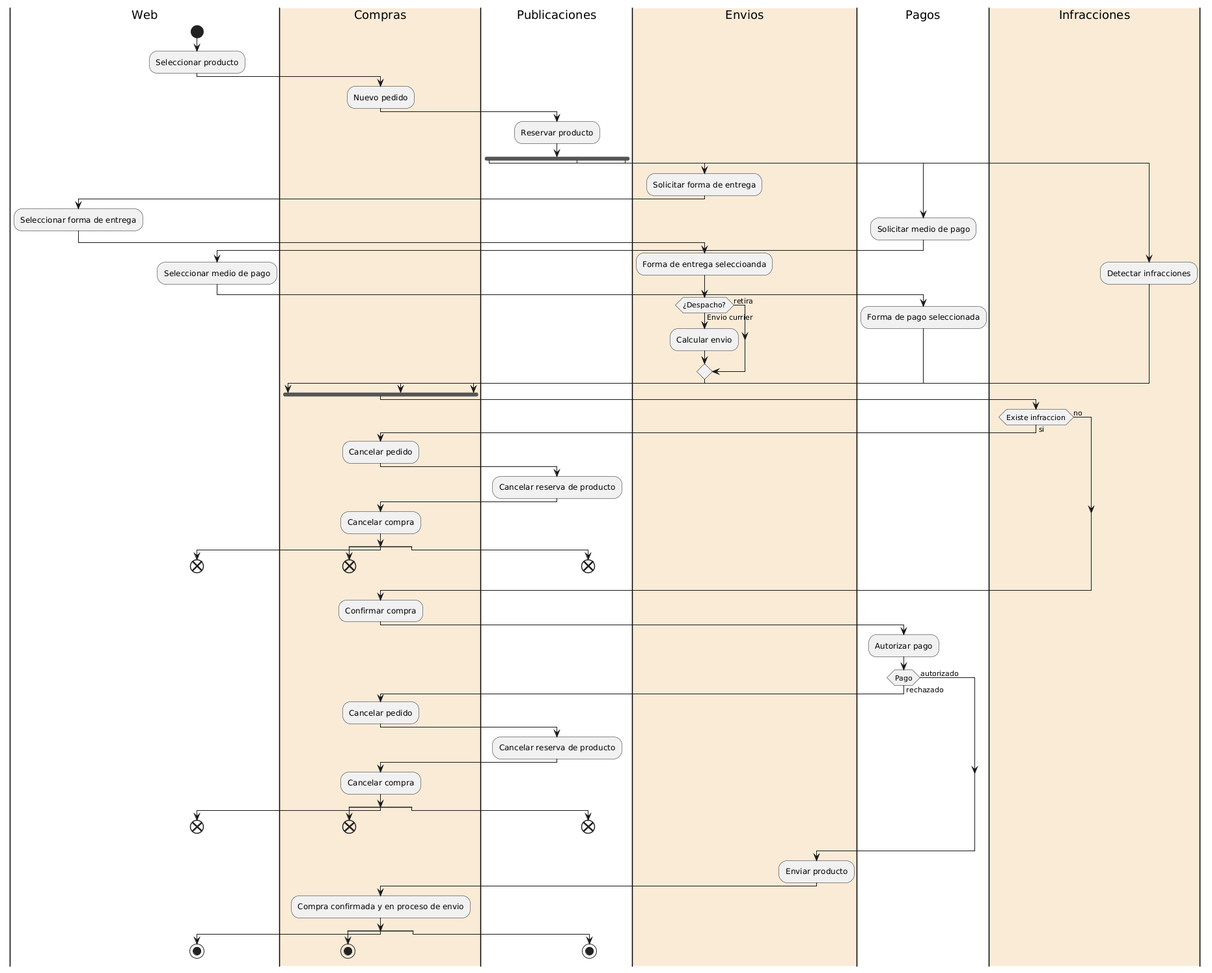
Earlier version of the PlantUML export diagramas_de_actividades/workflow-livre-markket-servicios-paralelos-independientes.png (Ramiro1414/livre-markket).
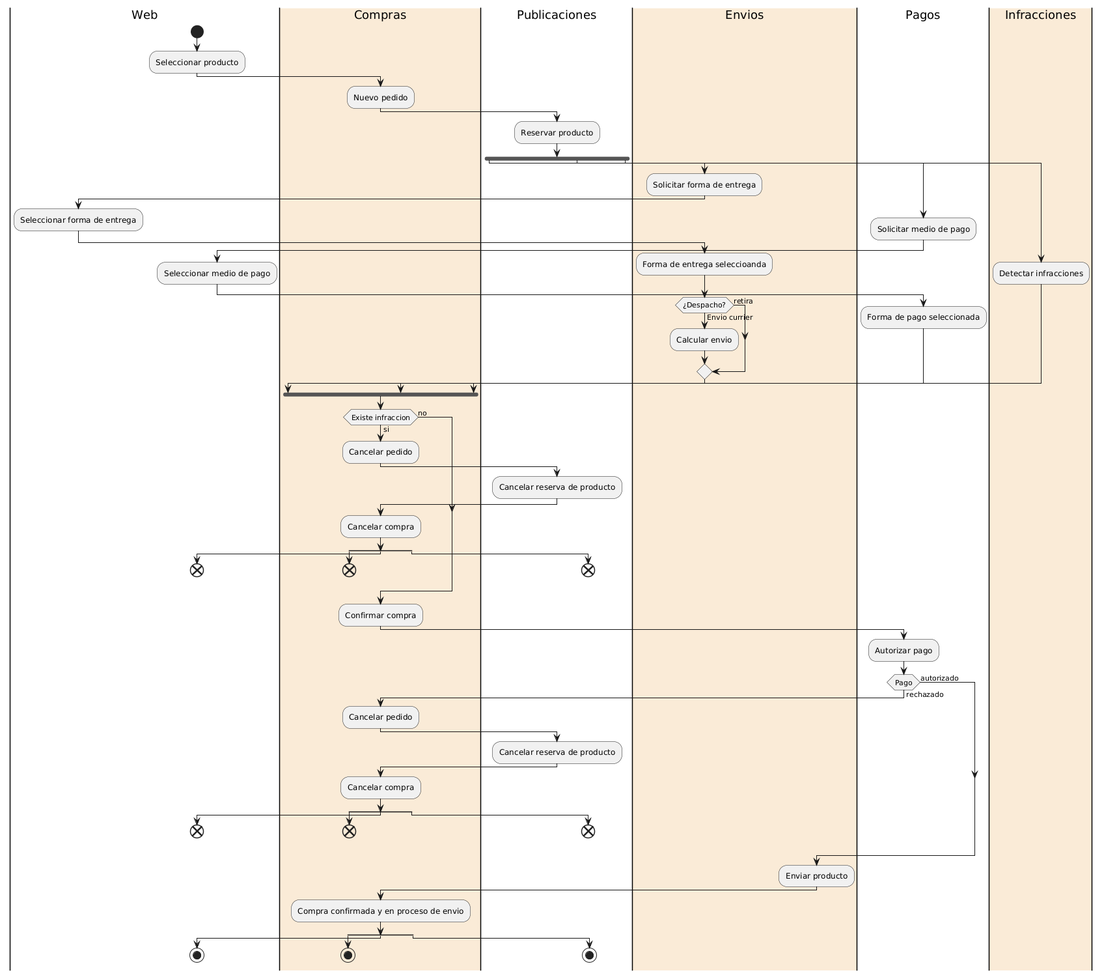
After the commit.

Commit message:
cambio en el diagrama de actividades y reemplazo codigo por funcion

The edit, as a diff of the source:
```diff
@@ -29,7 +29,7 @@
   :Detectar infracciones;
   |Compras|
 end fork
-|Infracciones|
+|Compras|
 if (Existe infraccion) then (si)
     |Compras|
     :Cancelar pedido;
```
